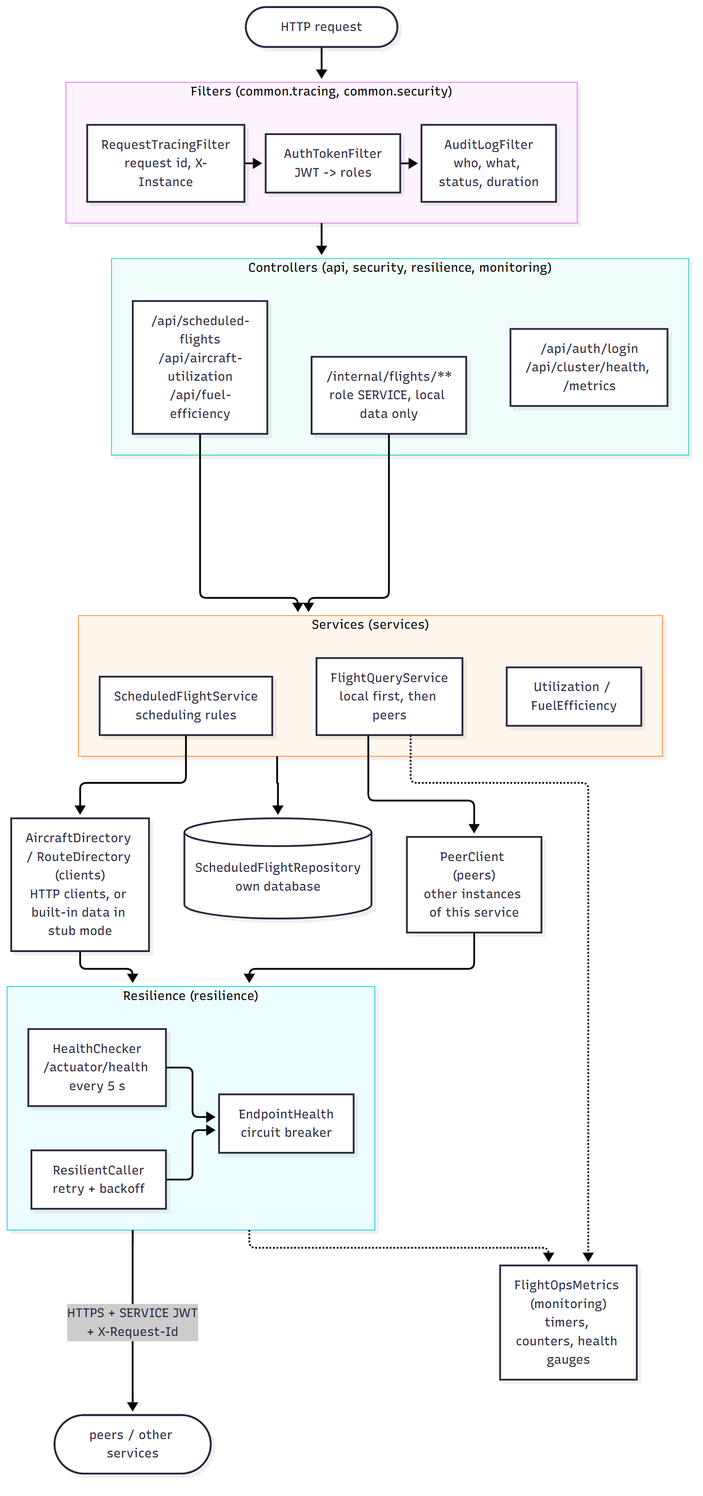
The Mermaid diagram docs/diagrams/2-inside-an-instance.png in ImJay1527/flight-operations-service, before a commit. Its source is kept beside it as docs/diagrams/2-inside-an-instance.mmd. The source it was exported from:
```mermaid
flowchart TB
    req(["HTTP request"])

    subgraph F["Filters (common.tracing, common.security)"]
        direction LR
        f1["RequestTracingFilter<br/>request id, X-Instance"] --> f2["AuthTokenFilter<br/>JWT -> roles"] --> f3["AuditLogFilter<br/>who, what, status, duration"]
    end

    subgraph C["Controllers (api, security, resilience, monitoring)"]
        direction LR
        c1["/api/scheduled-flights<br/>/api/aircraft-utilization<br/>/api/fuel-efficiency"]
        c2["/internal/flights/**<br/>role SERVICE, local data only"]
        c3["/api/auth/login<br/>/api/cluster/health, /metrics"]
    end

    subgraph S["Services (services)"]
        direction LR
        s1["ScheduledFlightService<br/>scheduling rules"]
        s2["FlightQueryService<br/>local first, then peers"]
        s3["Utilization / FuelEfficiency"]
    end

    repo[("ScheduledFlightRepository<br/>own database")]
    peers["PeerClient (peers)<br/>other instances of this service"]
    dirs["AircraftDirectory / RouteDirectory (clients)<br/>HTTP clients, or built-in data in stub mode"]

    subgraph R["Resilience (resilience)"]
        direction LR
        r1["ResilientCaller<br/>retry + backoff"] --> r2["EndpointHealth<br/>circuit breaker"]
        r3["HealthChecker<br/>/actuator/health every 5 s"] --> r2
    end

    m["FlightOpsMetrics (monitoring)<br/>timers, counters, health gauges"]

    req --> F --> C
    c1 --> S
    c2 --> S
    S --> repo
    s2 --> peers
    s1 --> dirs
    peers --> R
    dirs --> R
    R -->|"HTTPS + SERVICE JWT<br/>+ X-Request-Id"| out(["peers / other services"])
    R -.-> m
    s2 -.-> m
```
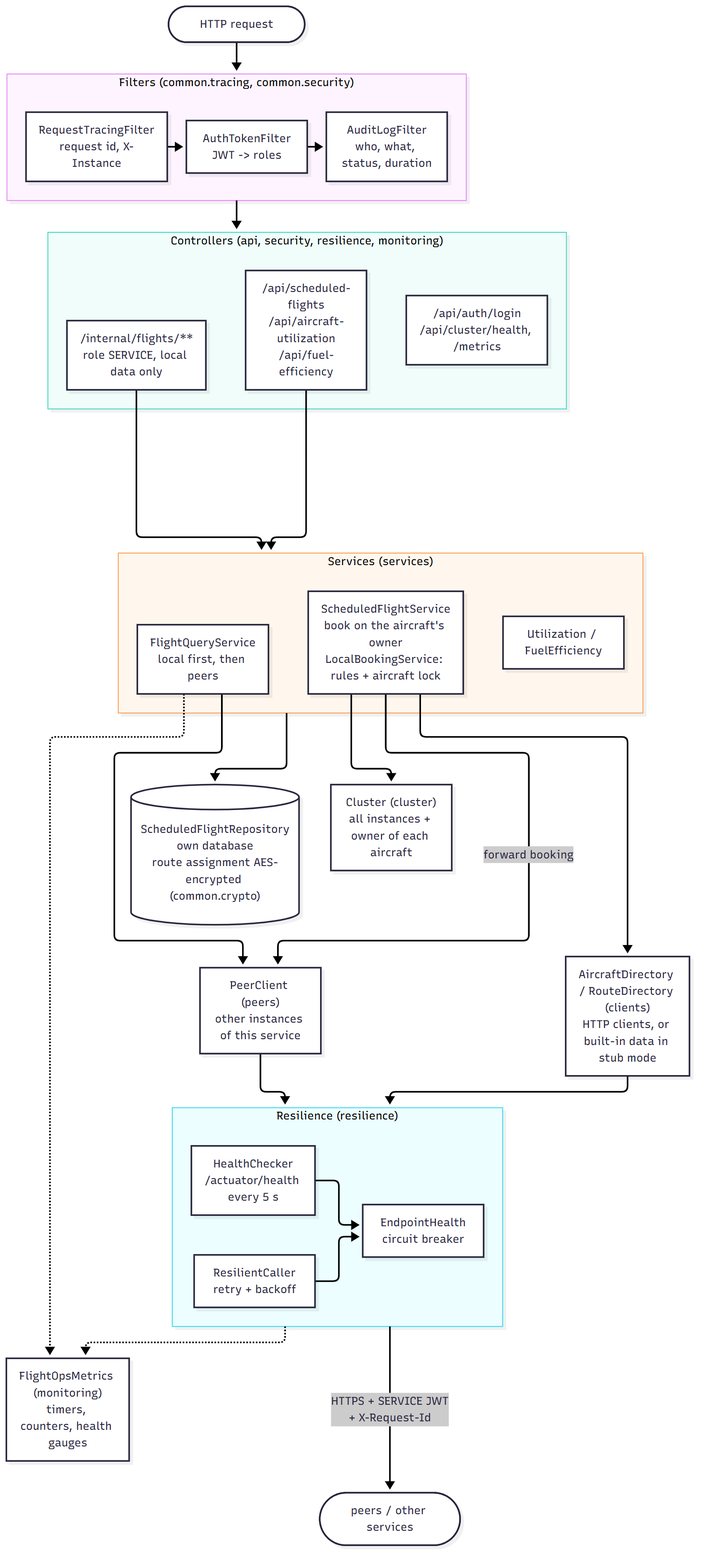
The same file after the commit.

What changed in the source:
```diff
@@ -15,12 +15,13 @@
 
     subgraph S["Services (services)"]
         direction LR
-        s1["ScheduledFlightService<br/>scheduling rules"]
+        s1["ScheduledFlightService<br/>book on the aircraft's owner<br/>LocalBookingService: rules + aircraft lock"]
         s2["FlightQueryService<br/>local first, then peers"]
         s3["Utilization / FuelEfficiency"]
     end
 
-    repo[("ScheduledFlightRepository<br/>own database")]
+    repo[("ScheduledFlightRepository<br/>own database<br/>route assignment AES-encrypted (common.crypto)")]
+    cl["Cluster (cluster)<br/>all instances + owner of each aircraft"]
     peers["PeerClient (peers)<br/>other instances of this service"]
     dirs["AircraftDirectory / RouteDirectory (clients)<br/>HTTP clients, or built-in data in stub mode"]
 
@@ -38,6 +39,8 @@
     S --> repo
     s2 --> peers
     s1 --> dirs
+    s1 --> cl
+    s1 -->|"forward booking"| peers
     peers --> R
     dirs --> R
     R -->|"HTTPS + SERVICE JWT<br/>+ X-Request-Id"| out(["peers / other services"])
```
